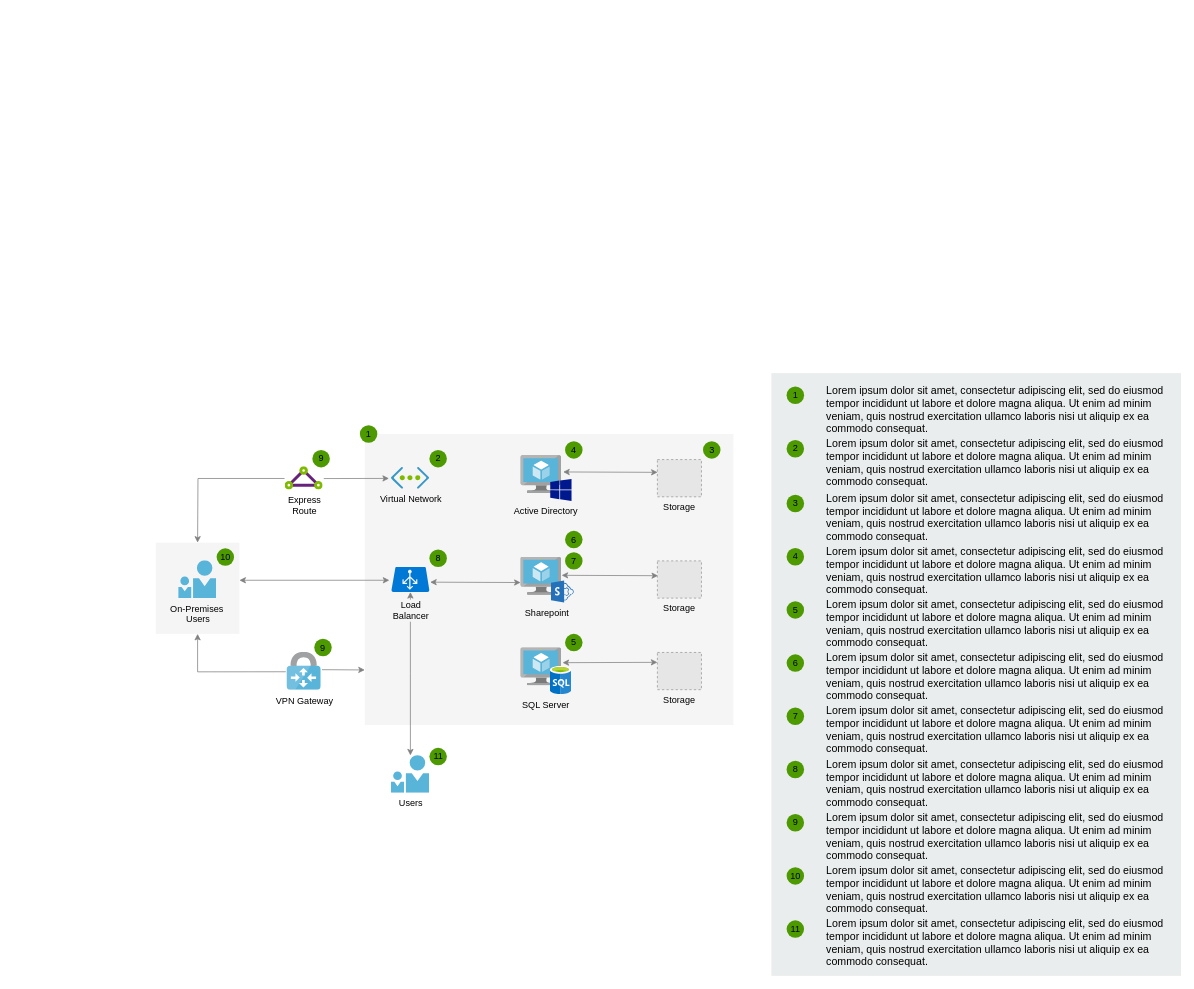
Earlier version of the draw.io diagram Untitled Diagram.drawio (akhilvnarayanan/Powershell-Passcode-Password-Generator). Source tidied: cells renumbered, new cells numbered last; positions are measured from the earlier drawing's top-left corner, leaving out a move shared by most shapes. Both pictures are drawn from the tidied source at 76%, with x=0, y=0 at pixel (156, 372). Pictures stored in the file or linked from it are replaced by grey dashed boxes.
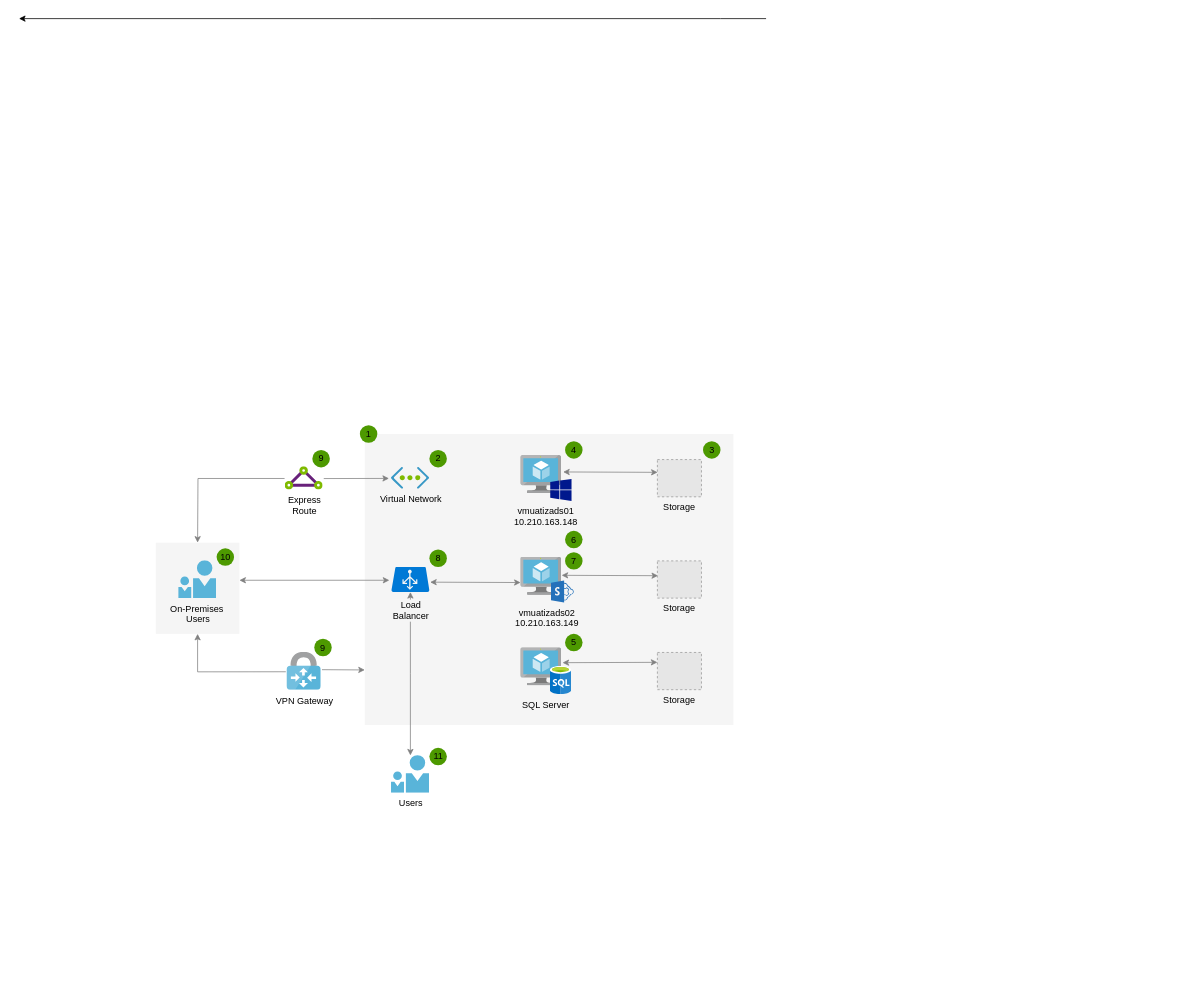
Above is the later version.

What changed in the source:
```diff
@@
-    <mxCell id="26" value="Active Directory" style="group;labelPosition=center;verticalLabelPosition=bottom;align=center;verticalAlign=top;" parent="1" vertex="1">
+    <mxCell id="26" value="vmuatizads01&#10;10.210.163.148" style="group;labelPosition=center;verticalLabelPosition=bottom;align=center;verticalAlign=top;" parent="1" vertex="1">
       <mxGeometry x="479.5" y="108.8" width="67" height="59.8" as="geometry" />
     </mxCell>
@@
-    <mxCell id="29" value="Sharepoint" style="group;labelPosition=center;verticalLabelPosition=bottom;align=center;verticalAlign=top;" parent="1" vertex="1">
+    <mxCell id="29" value="vmuatizads02&#10;10.210.163.149" style="group;labelPosition=center;verticalLabelPosition=bottom;align=center;verticalAlign=top;" parent="1" vertex="1">
       <mxGeometry x="479.5" y="242.5" width="70" height="59.8" as="geometry" />
     </mxCell>
@@
-    <mxCell id="44" style="rounded=0;whiteSpace=wrap;html=1;fillColor=#EAEDED;fontSize=22;fontColor=#FFFFFF;strokeColor=none;labelBackgroundColor=none;" parent="1" vertex="1">
-      <mxGeometry x="809.5" y="0.5" width="539" height="793" as="geometry" />
-    </mxCell>
-    <mxCell id="45" value="&lt;span&gt;Lorem ipsum dolor sit amet, consectetur adipiscing elit, sed do eiusmod tempor incididunt ut labore et dolore magna aliqua. Ut enim ad minim veniam, quis nostrud exercitation ullamco laboris nisi ut aliquip ex ea commodo consequat.&lt;/span&gt;" style="text;html=1;align=left;verticalAlign=top;spacingTop=-4;fontSize=14;labelBackgroundColor=none;whiteSpace=wrap;" parent="1" vertex="1">
-      <mxGeometry x="879.5" y="11.5" width="449" height="72" as="geometry" />
-    </mxCell>
-    <mxCell id="46" value="1" style="ellipse;whiteSpace=wrap;html=1;fillColor=#4D9900;strokeColor=none;labelBackgroundColor=none;" parent="1" vertex="1">
-      <mxGeometry x="829.5" y="18" width="23" height="23" as="geometry" />
-    </mxCell>
-    <mxCell id="47" value="&lt;span&gt;Lorem ipsum dolor sit amet, consectetur adipiscing elit, sed do eiusmod tempor incididunt ut labore et dolore magna aliqua. Ut enim ad minim veniam, quis nostrud exercitation ullamco laboris nisi ut aliquip ex ea commodo consequat.&lt;/span&gt;" style="text;html=1;align=left;verticalAlign=top;spacingTop=-4;fontSize=14;labelBackgroundColor=none;whiteSpace=wrap;" parent="1" vertex="1">
-      <mxGeometry x="879.5" y="82" width="449" height="72" as="geometry" />
-    </mxCell>
-    <mxCell id="48" value="2" style="ellipse;whiteSpace=wrap;html=1;fillColor=#4D9900;strokeColor=none;labelBackgroundColor=none;" parent="1" vertex="1">
-      <mxGeometry x="829.5" y="88.5" width="23" height="23" as="geometry" />
-    </mxCell>
-    <mxCell id="49" value="&lt;span&gt;Lorem ipsum dolor sit amet, consectetur adipiscing elit, sed do eiusmod tempor incididunt ut labore et dolore magna aliqua. Ut enim ad minim veniam, quis nostrud exercitation ullamco laboris nisi ut aliquip ex ea commodo consequat.&lt;/span&gt;" style="text;html=1;align=left;verticalAlign=top;spacingTop=-4;fontSize=14;labelBackgroundColor=none;whiteSpace=wrap;" parent="1" vertex="1">
-      <mxGeometry x="879.5" y="154" width="449" height="72" as="geometry" />
-    </mxCell>
-    <mxCell id="50" value="3" style="ellipse;whiteSpace=wrap;html=1;fillColor=#4D9900;strokeColor=none;labelBackgroundColor=none;" parent="1" vertex="1">
-      <mxGeometry x="829.5" y="160.5" width="23" height="23" as="geometry" />
-    </mxCell>
-    <mxCell id="51" value="&lt;span&gt;Lorem ipsum dolor sit amet, consectetur adipiscing elit, sed do eiusmod tempor incididunt ut labore et dolore magna aliqua. Ut enim ad minim veniam, quis nostrud exercitation ullamco laboris nisi ut aliquip ex ea commodo consequat.&lt;/span&gt;" style="text;html=1;align=left;verticalAlign=top;spacingTop=-4;fontSize=14;labelBackgroundColor=none;whiteSpace=wrap;" parent="1" vertex="1">
-      <mxGeometry x="879.5" y="224" width="449" height="72" as="geometry" />
-    </mxCell>
-    <mxCell id="52" value="4" style="ellipse;whiteSpace=wrap;html=1;fillColor=#4D9900;strokeColor=none;labelBackgroundColor=none;" parent="1" vertex="1">
-      <mxGeometry x="829.5" y="230.5" width="23" height="23" as="geometry" />
-    </mxCell>
-    <mxCell id="53" value="&lt;span&gt;Lorem ipsum dolor sit amet, consectetur adipiscing elit, sed do eiusmod tempor incididunt ut labore et dolore magna aliqua. Ut enim ad minim veniam, quis nostrud exercitation ullamco laboris nisi ut aliquip ex ea commodo consequat.&lt;/span&gt;" style="text;html=1;align=left;verticalAlign=top;spacingTop=-4;fontSize=14;labelBackgroundColor=none;whiteSpace=wrap;" parent="1" vertex="1">
-      <mxGeometry x="879.5" y="294" width="449" height="72" as="geometry" />
-    </mxCell>
-    <mxCell id="54" value="5" style="ellipse;whiteSpace=wrap;html=1;fillColor=#4D9900;strokeColor=none;labelBackgroundColor=none;" parent="1" vertex="1">
-      <mxGeometry x="829.5" y="300.5" width="23" height="23" as="geometry" />
-    </mxCell>
-    <mxCell id="55" value="&lt;span&gt;Lorem ipsum dolor sit amet, consectetur adipiscing elit, sed do eiusmod tempor incididunt ut labore et dolore magna aliqua. Ut enim ad minim veniam, quis nostrud exercitation ullamco laboris nisi ut aliquip ex ea commodo consequat.&lt;/span&gt;" style="text;html=1;align=left;verticalAlign=top;spacingTop=-4;fontSize=14;labelBackgroundColor=none;whiteSpace=wrap;" parent="1" vertex="1">
-      <mxGeometry x="879.5" y="364" width="449" height="72" as="geometry" />
-    </mxCell>
-    <mxCell id="56" value="6" style="ellipse;whiteSpace=wrap;html=1;fillColor=#4D9900;strokeColor=none;labelBackgroundColor=none;" parent="1" vertex="1">
-      <mxGeometry x="829.5" y="370.5" width="23" height="23" as="geometry" />
-    </mxCell>
-    <mxCell id="57" value="&lt;span&gt;Lorem ipsum dolor sit amet, consectetur adipiscing elit, sed do eiusmod tempor incididunt ut labore et dolore magna aliqua. Ut enim ad minim veniam, quis nostrud exercitation ullamco laboris nisi ut aliquip ex ea commodo consequat.&lt;/span&gt;" style="text;html=1;align=left;verticalAlign=top;spacingTop=-4;fontSize=14;labelBackgroundColor=none;whiteSpace=wrap;" parent="1" vertex="1">
-      <mxGeometry x="879.5" y="434" width="449" height="72" as="geometry" />
-    </mxCell>
-    <mxCell id="58" value="7" style="ellipse;whiteSpace=wrap;html=1;fillColor=#4D9900;strokeColor=none;labelBackgroundColor=none;" parent="1" vertex="1">
-      <mxGeometry x="829.5" y="440.5" width="23" height="23" as="geometry" />
-    </mxCell>
-    <mxCell id="59" value="&lt;span&gt;Lorem ipsum dolor sit amet, consectetur adipiscing elit, sed do eiusmod tempor incididunt ut labore et dolore magna aliqua. Ut enim ad minim veniam, quis nostrud exercitation ullamco laboris nisi ut aliquip ex ea commodo consequat.&lt;/span&gt;" style="text;html=1;align=left;verticalAlign=top;spacingTop=-4;fontSize=14;labelBackgroundColor=none;whiteSpace=wrap;" parent="1" vertex="1">
-      <mxGeometry x="879.5" y="504" width="449" height="72" as="geometry" />
-    </mxCell>
-    <mxCell id="60" value="8" style="ellipse;whiteSpace=wrap;html=1;fillColor=#4D9900;strokeColor=none;labelBackgroundColor=none;" parent="1" vertex="1">
-      <mxGeometry x="829.5" y="510.5" width="23" height="23" as="geometry" />
-    </mxCell>
-    <mxCell id="61" value="&lt;span&gt;Lorem ipsum dolor sit amet, consectetur adipiscing elit, sed do eiusmod tempor incididunt ut labore et dolore magna aliqua. Ut enim ad minim veniam, quis nostrud exercitation ullamco laboris nisi ut aliquip ex ea commodo consequat.&lt;/span&gt;" style="text;html=1;align=left;verticalAlign=top;spacingTop=-4;fontSize=14;labelBackgroundColor=none;whiteSpace=wrap;" parent="1" vertex="1">
-      <mxGeometry x="879.5" y="574" width="449" height="72" as="geometry" />
-    </mxCell>
-    <mxCell id="62" value="9" style="ellipse;whiteSpace=wrap;html=1;fillColor=#4D9900;strokeColor=none;labelBackgroundColor=none;" parent="1" vertex="1">
-      <mxGeometry x="829.5" y="580.5" width="23" height="23" as="geometry" />
-    </mxCell>
-    <mxCell id="63" value="&lt;span&gt;Lorem ipsum dolor sit amet, consectetur adipiscing elit, sed do eiusmod tempor incididunt ut labore et dolore magna aliqua. Ut enim ad minim veniam, quis nostrud exercitation ullamco laboris nisi ut aliquip ex ea commodo consequat.&lt;/span&gt;" style="text;html=1;align=left;verticalAlign=top;spacingTop=-4;fontSize=14;labelBackgroundColor=none;whiteSpace=wrap;" parent="1" vertex="1">
-      <mxGeometry x="879.5" y="644" width="449" height="72" as="geometry" />
-    </mxCell>
-    <mxCell id="64" value="10" style="ellipse;whiteSpace=wrap;html=1;fillColor=#4D9900;strokeColor=none;labelBackgroundColor=none;" parent="1" vertex="1">
-      <mxGeometry x="829.5" y="650.5" width="23" height="23" as="geometry" />
-    </mxCell>
-    <mxCell id="65" value="&lt;span&gt;Lorem ipsum dolor sit amet, consectetur adipiscing elit, sed do eiusmod tempor incididunt ut labore et dolore magna aliqua. Ut enim ad minim veniam, quis nostrud exercitation ullamco laboris nisi ut aliquip ex ea commodo consequat.&lt;/span&gt;" style="text;html=1;align=left;verticalAlign=top;spacingTop=-4;fontSize=14;labelBackgroundColor=none;whiteSpace=wrap;" parent="1" vertex="1">
-      <mxGeometry x="879.5" y="714" width="449" height="72" as="geometry" />
-    </mxCell>
-    <mxCell id="66" value="11" style="ellipse;whiteSpace=wrap;html=1;fillColor=#4D9900;strokeColor=none;labelBackgroundColor=none;" parent="1" vertex="1">
-      <mxGeometry x="829.5" y="720.5" width="23" height="23" as="geometry" />
-    </mxCell>
+    <mxCell id="67" style="edgeStyle=orthogonalEdgeStyle;rounded=0;jettySize=auto;html=1;" parent="1" edge="1" source="68">
+      <mxGeometry relative="1" as="geometry">
+        <mxPoint x="-180.5" y="-466" as="targetPoint" />
+      </mxGeometry>
+    </mxCell>
+    <mxCell id="68" style="line;strokeWidth=1;dashed=0;labelPosition=right;align=left;verticalAlign=middle;spacingTop=0;spacingLeft=6;points=[];portConstraint=eastwest;" parent="1" vertex="1">
+      <mxGeometry x="742.5" y="-471" width="60" height="10" as="geometry" />
+    </mxCell>
```
